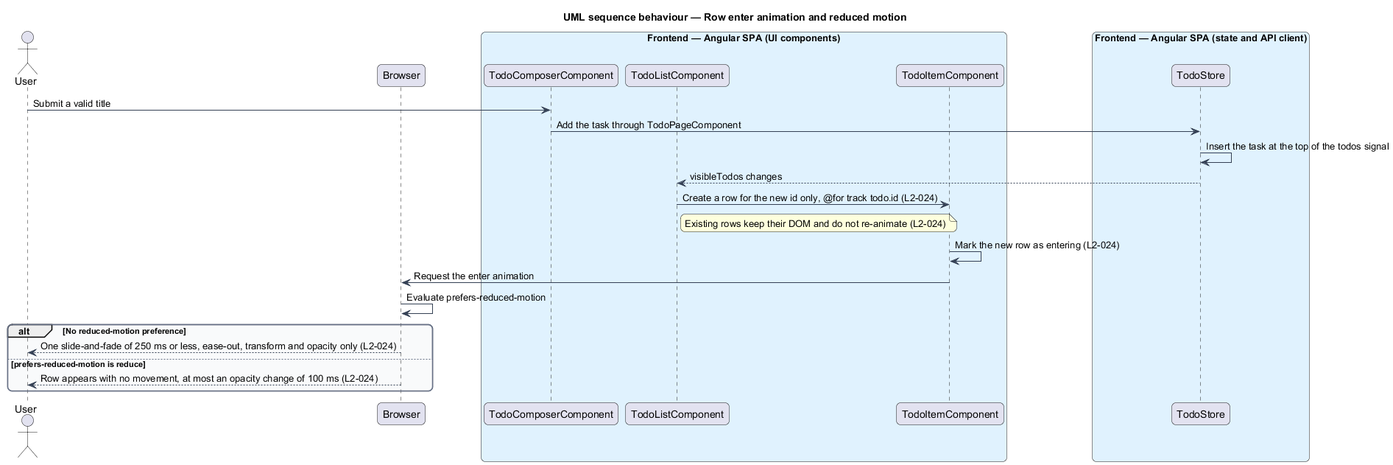
QuinntyneBrown/php-todo-lab keeps this PlantUML diagram as docs/detailed-designs/interface/theme-and-motion/diagrams/sequence-row-enter-motion.png. Above is the earlier version.
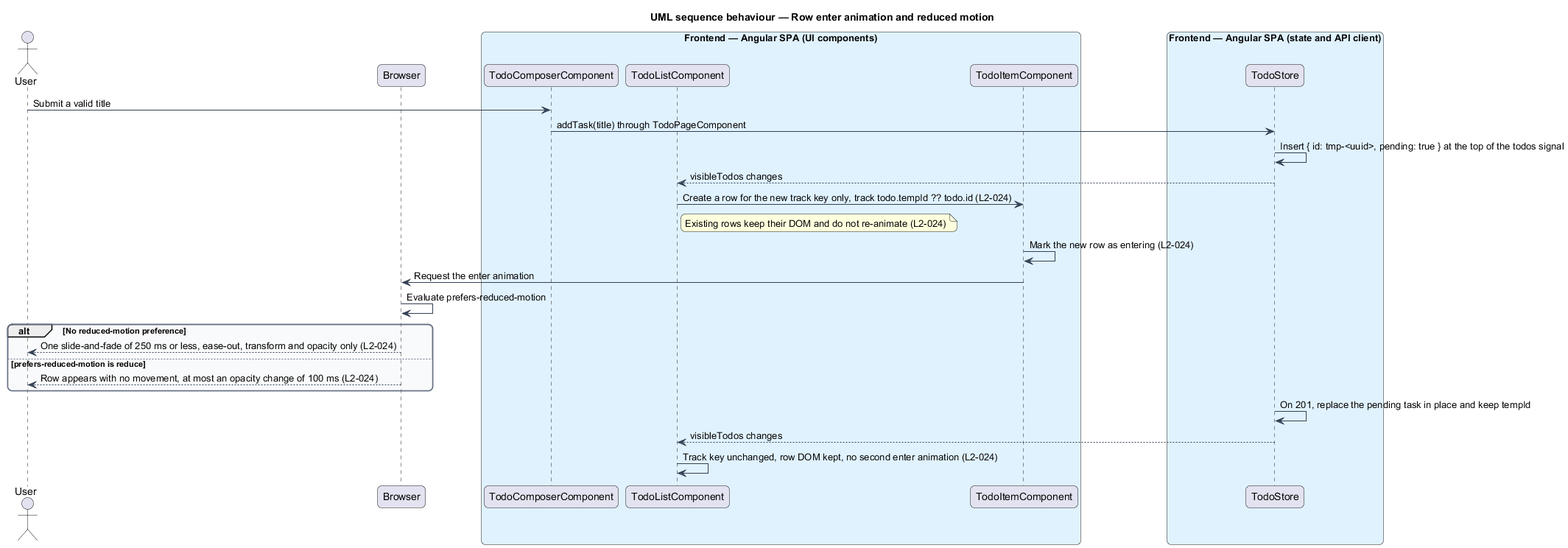
The same file after the commit.

The edit, as a diff of the source:
```diff
@@ -25,10 +25,10 @@
   participant "TodoStore" as store
 end box
 user -> composer : Submit a valid title
-composer -> store : Add the task through TodoPageComponent
-store -> store : Insert the task at the top of the todos signal
+composer -> store : addTask(title) through TodoPageComponent
+store -> store : Insert { id: tmp-<uuid>, pending: true } at the top of the todos signal
 store --> list : visibleTodos changes
-list -> item : Create a row for the new id only, @for track todo.id (L2-024)
+list -> item : Create a row for the new track key only, track todo.tempId ?? todo.id (L2-024)
 note right of list
   Existing rows keep their DOM and do not re-animate (L2-024)
 end note
@@ -40,4 +40,7 @@
 else prefers-reduced-motion is reduce
   browser --> user : Row appears with no movement, at most an opacity change of 100 ms (L2-024)
 end
+store -> store : On 201, replace the pending task in place and keep tempId
+store --> list : visibleTodos changes
+list -> list : Track key unchanged, row DOM kept, no second enter animation (L2-024)
 @enduml
```
